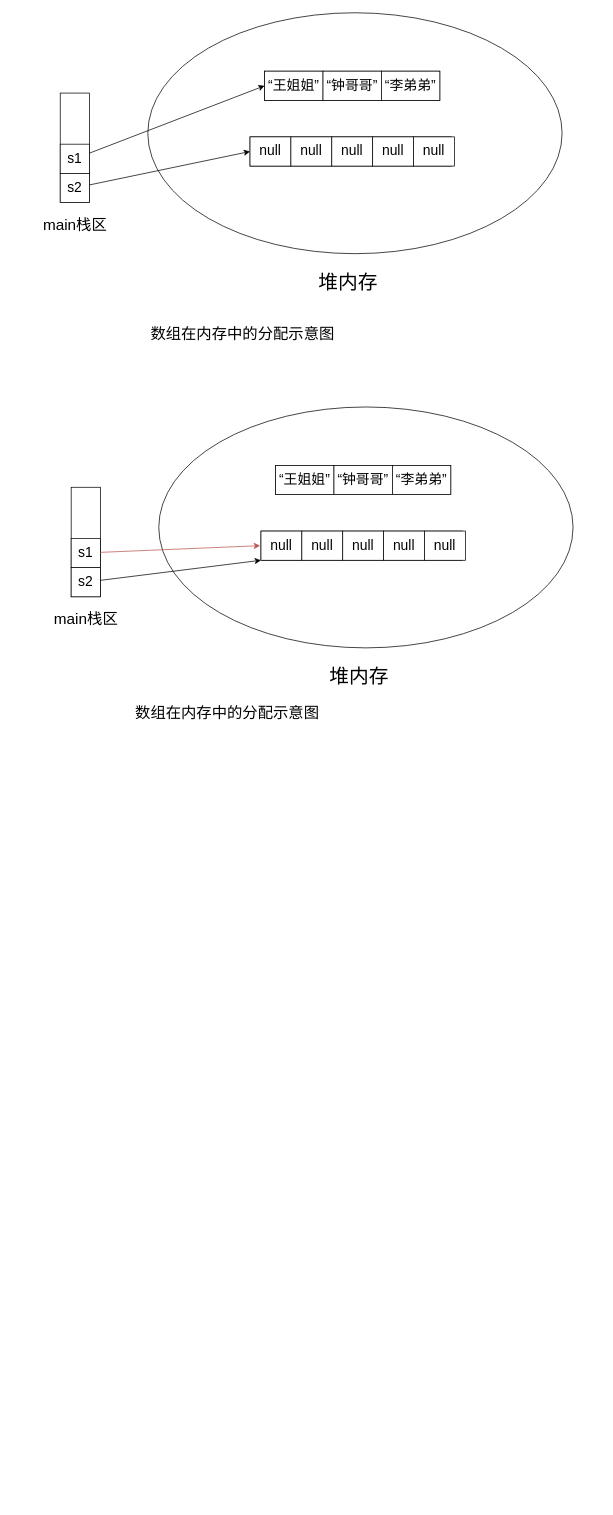
This is 数组.drawio from lexinhu/diagrams, a draw.io file, before an edit. Source tidied: cells renumbered, new cells numbered last; positions are measured from the earlier drawing's top-left corner, leaving out a move shared by most shapes. Both pictures are drawn from the tidied source at 73%, with x=0, y=0 at pixel (38, 12).
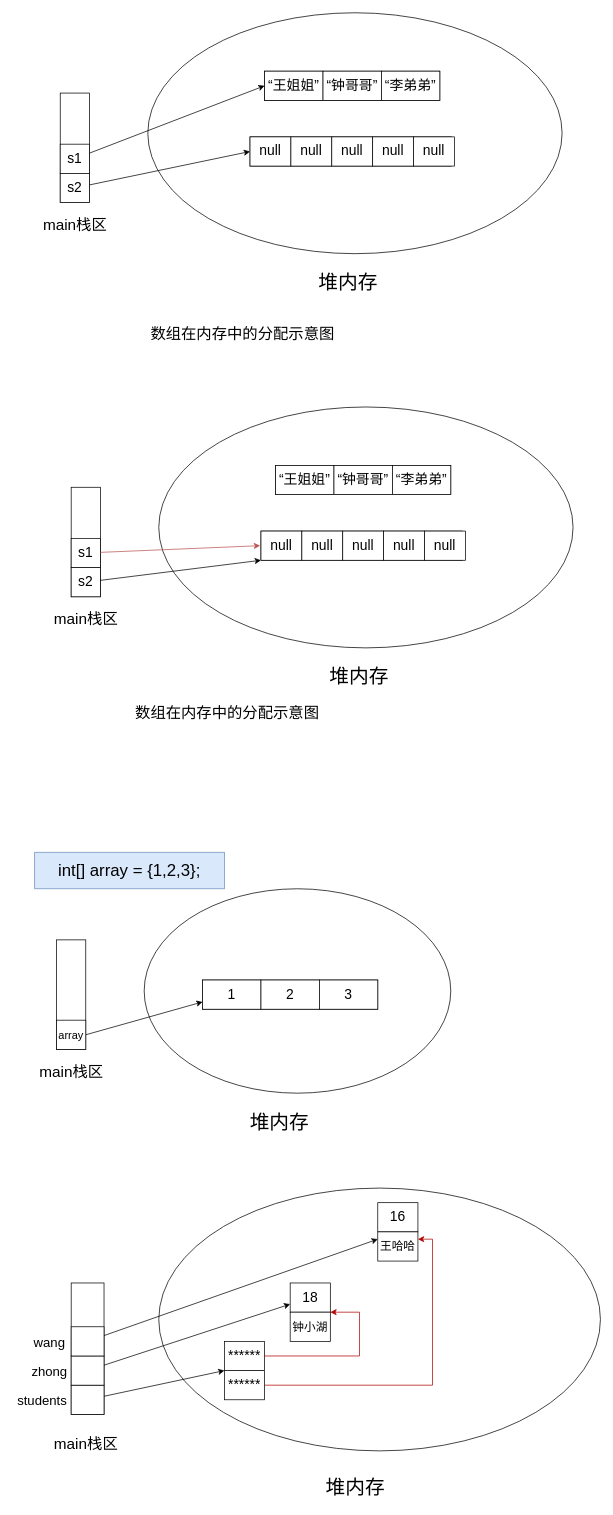
The same diagram, later.

Change to the diagram source:
```diff
@@
+    <mxCell id="44" style="ellipse;whiteSpace=wrap;html=1;fontSize=19;" parent="1" vertex="1">
+      <mxGeometry x="165" y="1610" width="605" height="360" as="geometry" />
+    </mxCell>
+    <mxCell id="45" style="ellipse;whiteSpace=wrap;html=1;fontSize=19;" parent="1" vertex="1">
+      <mxGeometry x="145" y="1200" width="420" height="280" as="geometry" />
+    </mxCell>
@@
+    <mxCell id="46" style="rounded=0;whiteSpace=wrap;html=1;" parent="1" vertex="1">
+      <mxGeometry x="25" y="1270" width="40" height="150" as="geometry" />
+    </mxCell>
+    <mxCell id="47" style="rounded=0;jettySize=auto;html=1;exitX=1;exitY=0.5;exitDx=0;exitDy=0;entryX=0;entryY=0.75;entryDx=0;entryDy=0;fontSize=15;" parent="1" edge="1" source="48" target="52">
+      <mxGeometry relative="1" as="geometry" />
+    </mxCell>
+    <mxCell id="48" value="array" style="rounded=0;whiteSpace=wrap;html=1;fontSize=15;" parent="1" vertex="1">
+      <mxGeometry x="25" y="1380" width="40" height="40" as="geometry" />
+    </mxCell>
+    <mxCell id="49" value="&lt;font style=&quot;font-size: 21px&quot;&gt;main栈区&lt;/font&gt;" style="text;html=1;align=center;verticalAlign=middle;strokeColor=none;" parent="1" vertex="1">
+      <mxGeometry x="-5" y="1440" width="100" height="20" as="geometry" />
+    </mxCell>
+    <mxCell id="50" style="group;" parent="1" vertex="1">
+      <mxGeometry x="225" y="1325" width="240" height="40" as="geometry" />
+    </mxCell>
+    <mxCell id="51" style="rounded=0;whiteSpace=wrap;html=1;fontSize=19;" parent="50" vertex="1">
+      <mxGeometry width="240" height="40" as="geometry" />
+    </mxCell>
+    <mxCell id="52" value="1" style="rounded=0;whiteSpace=wrap;html=1;fontSize=19;" parent="50" vertex="1">
+      <mxGeometry width="80" height="40" as="geometry" />
+    </mxCell>
+    <mxCell id="53" value="2" style="rounded=0;whiteSpace=wrap;html=1;fontSize=19;" parent="50" vertex="1">
+      <mxGeometry x="80" width="80" height="40" as="geometry" />
+    </mxCell>
+    <mxCell id="54" value="3" style="rounded=0;whiteSpace=wrap;html=1;fontSize=19;" parent="50" vertex="1">
+      <mxGeometry x="160" width="80" height="40" as="geometry" />
+    </mxCell>
+    <mxCell id="55" value="&lt;span style=&quot;font-size: 27px;&quot;&gt;堆内存&lt;/span&gt;" style="text;html=1;align=center;verticalAlign=middle;strokeColor=none;fontSize=27;" parent="1" vertex="1">
+      <mxGeometry x="280" y="1500" width="100" height="40" as="geometry" />
+    </mxCell>
+    <mxCell id="56" value="int[] array = {1,2,3};" style="whiteSpace=wrap;html=1;fontSize=23;fillColor=#dae8fc;strokeColor=#6c8ebf;" parent="1" vertex="1">
+      <mxGeometry x="-5" y="1150" width="260" height="50" as="geometry" />
+    </mxCell>
+    <mxCell id="57" style="rounded=0;whiteSpace=wrap;html=1;" parent="1" vertex="1">
+      <mxGeometry x="45" y="1740" width="45" height="180" as="geometry" />
+    </mxCell>
+    <mxCell id="58" style="edgeStyle=none;rounded=0;jettySize=auto;html=1;entryX=0;entryY=0;entryDx=0;entryDy=0;fontSize=16;" parent="1" edge="1" source="59" target="70">
+      <mxGeometry relative="1" as="geometry" />
+    </mxCell>
+    <mxCell id="59" style="rounded=0;whiteSpace=wrap;html=1;fontSize=15;" parent="1" vertex="1">
+      <mxGeometry x="45" y="1880" width="45" height="40" as="geometry" />
+    </mxCell>
+    <mxCell id="60" value="&lt;font style=&quot;font-size: 21px&quot;&gt;main栈区&lt;/font&gt;" style="text;html=1;align=center;verticalAlign=middle;strokeColor=none;" parent="1" vertex="1">
+      <mxGeometry x="15" y="1950" width="100" height="20" as="geometry" />
+    </mxCell>
+    <mxCell id="61" value="&lt;span style=&quot;font-size: 27px;&quot;&gt;堆内存&lt;/span&gt;" style="text;html=1;align=center;verticalAlign=middle;strokeColor=none;fontSize=27;" parent="1" vertex="1">
+      <mxGeometry x="383.8" y="2000" width="100" height="40" as="geometry" />
+    </mxCell>
+    <mxCell id="62" style="edgeStyle=none;rounded=0;jettySize=auto;html=1;fontSize=16;" parent="1" edge="1" source="63" target="72">
+      <mxGeometry relative="1" as="geometry" />
+    </mxCell>
+    <mxCell id="63" style="rounded=0;whiteSpace=wrap;html=1;fontSize=15;" parent="1" vertex="1">
+      <mxGeometry x="45" y="1840" width="45" height="40" as="geometry" />
+    </mxCell>
+    <mxCell id="64" style="edgeStyle=none;rounded=0;jettySize=auto;html=1;entryX=0;entryY=0.25;entryDx=0;entryDy=0;fontSize=16;" parent="1" edge="1" source="65" target="74">
+      <mxGeometry relative="1" as="geometry" />
+    </mxCell>
+    <mxCell id="65" style="rounded=0;whiteSpace=wrap;html=1;fontSize=15;" parent="1" vertex="1">
+      <mxGeometry x="45" y="1800" width="45" height="40" as="geometry" />
+    </mxCell>
+    <mxCell id="66" value="&lt;font style=&quot;font-size: 18px&quot;&gt;students&lt;/font&gt;" style="text;html=1;align=center;verticalAlign=middle;strokeColor=none;fontSize=23;" parent="1" vertex="1">
+      <mxGeometry x="-35" y="1880" width="80" height="40" as="geometry" />
+    </mxCell>
+    <mxCell id="67" value="&lt;span style=&quot;font-size: 18px&quot;&gt;zhong&lt;/span&gt;" style="text;html=1;align=center;verticalAlign=middle;strokeColor=none;fontSize=23;" parent="1" vertex="1">
+      <mxGeometry x="-15" y="1840" width="60" height="40" as="geometry" />
+    </mxCell>
+    <mxCell id="68" value="&lt;span style=&quot;font-size: 18px&quot;&gt;wang&lt;/span&gt;" style="text;html=1;align=center;verticalAlign=middle;strokeColor=none;fontSize=23;" parent="1" vertex="1">
+      <mxGeometry x="-15" y="1800" width="60" height="40" as="geometry" />
+    </mxCell>
+    <mxCell id="69" style="edgeStyle=orthogonalEdgeStyle;rounded=0;jettySize=auto;html=1;fontSize=16;entryX=1;entryY=0.25;entryDx=0;entryDy=0;fillColor=#e51400;strokeColor=#B20000;" parent="1" edge="1" source="70" target="74">
+      <mxGeometry relative="1" as="geometry" />
+    </mxCell>
+    <mxCell id="70" value="******" style="rounded=0;whiteSpace=wrap;html=1;fontSize=19;" parent="1" vertex="1">
+      <mxGeometry x="255" y="1860" width="55" height="40" as="geometry" />
+    </mxCell>
+    <mxCell id="71" value="******" style="rounded=0;whiteSpace=wrap;html=1;fontSize=19;" parent="1" vertex="1">
+      <mxGeometry x="255" y="1820" width="55" height="40" as="geometry" />
+    </mxCell>
+    <mxCell id="72" value="18" style="rounded=0;whiteSpace=wrap;html=1;fontSize=19;" parent="1" vertex="1">
+      <mxGeometry x="345" y="1740" width="55" height="40" as="geometry" />
+    </mxCell>
+    <mxCell id="73" value="16" style="rounded=0;whiteSpace=wrap;html=1;fontSize=19;" parent="1" vertex="1">
+      <mxGeometry x="465" y="1630" width="55" height="40" as="geometry" />
+    </mxCell>
+    <mxCell id="74" value="王哈哈" style="rounded=0;whiteSpace=wrap;html=1;fontSize=16;" parent="1" vertex="1">
+      <mxGeometry x="465" y="1670" width="55" height="40" as="geometry" />
+    </mxCell>
+    <mxCell id="75" value="钟小湖" style="rounded=0;whiteSpace=wrap;html=1;fontSize=16;" parent="1" vertex="1">
+      <mxGeometry x="345" y="1780" width="55" height="40" as="geometry" />
+    </mxCell>
+    <mxCell id="76" style="edgeStyle=orthogonalEdgeStyle;rounded=0;jettySize=auto;html=1;entryX=1;entryY=1;entryDx=0;entryDy=0;fontSize=16;fillColor=#e51400;strokeColor=#B20000;" parent="1" edge="1" source="71" target="72">
+      <mxGeometry relative="1" as="geometry">
+        <Array as="points">
+          <mxPoint x="440" y="1840" />
+          <mxPoint x="440" y="1780" />
+        </Array>
+      </mxGeometry>
+    </mxCell>
```
